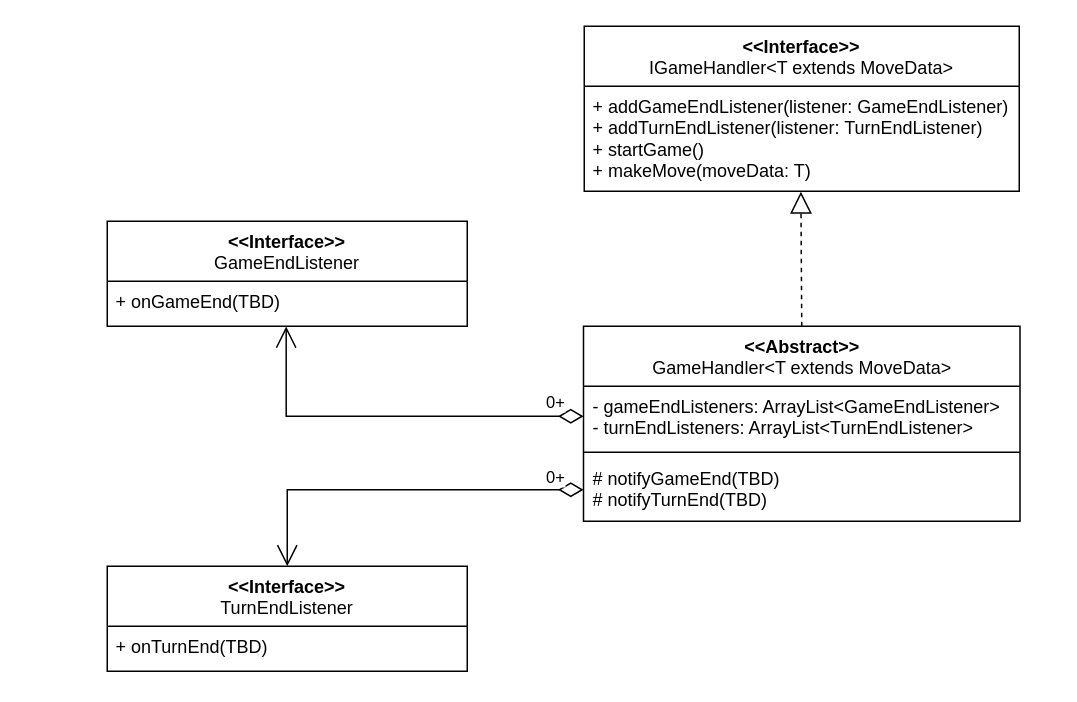
The draw.io diagram Iteration_1/Backend/StructureDiagrams/GameHandler_StructureDiagram.drawio in m-yoon02/Condensation, before the edit. Source tidied: cells renumbered, new cells numbered last; positions are measured from the earlier drawing's top-left corner, leaving out a move shared by most shapes. Both pictures are drawn from the tidied source at 150%, with x=0, y=0 at pixel (106, 26).
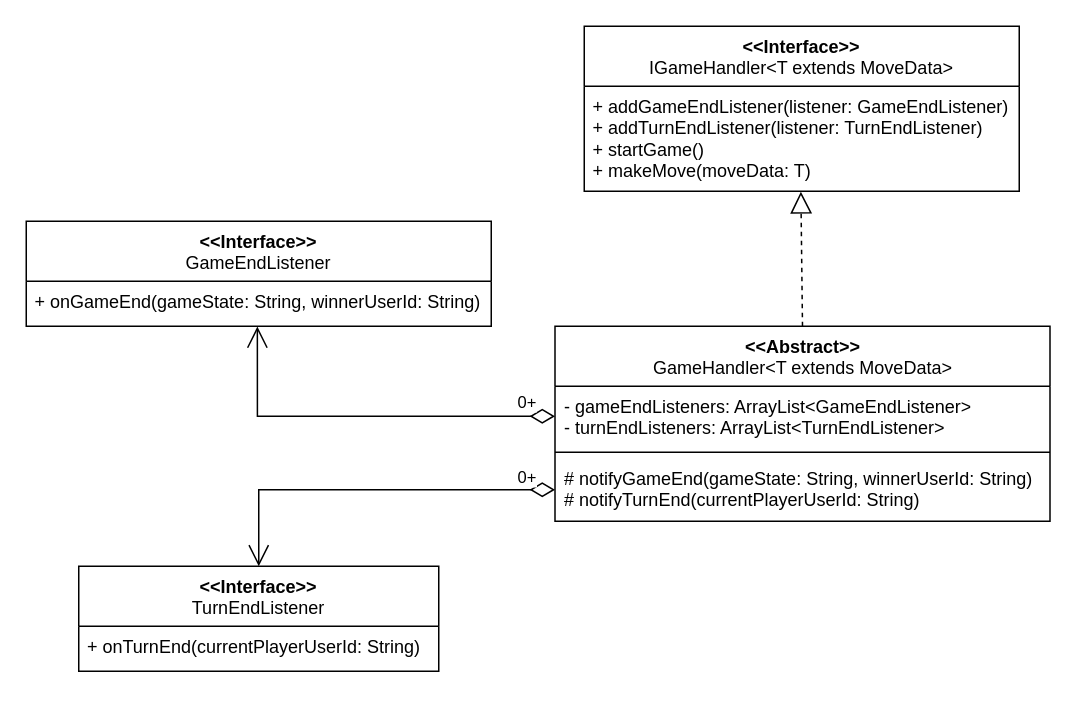
The same diagram, later.

The edit, as a diff of the source:
```diff
@@
 <mxGraphModel>
   <root>
     <mxCell id="0" />
     <mxCell id="1" parent="0" />
     <mxCell id="2" value="&lt;div&gt;&amp;lt;&amp;lt;Interface&amp;gt;&amp;gt;&lt;/div&gt;&lt;div&gt;&lt;span style=&quot;font-weight: normal;&quot;&gt;IGameHandler&amp;lt;T extends MoveData&amp;gt;&lt;/span&gt;&lt;br&gt;&lt;/div&gt;" style="swimlane;fontStyle=1;align=center;verticalAlign=top;horizontal=1;startSize=40;whiteSpace=wrap;html=1;" parent="1" vertex="1">
       <mxGeometry x="318" width="290" height="110" as="geometry" />
     </mxCell>
     <mxCell id="3" value="&lt;div&gt;+ addGameEndListener(listener: GameEndListener)&lt;/div&gt;&lt;div&gt;+ addTurnEndListener(listener: TurnEndListener)&lt;br&gt;&lt;/div&gt;&lt;div&gt;+ startGame()&lt;/div&gt;&lt;div&gt;+ makeMove(moveData: T)&lt;br&gt;&lt;/div&gt;" style="text;strokeColor=none;fillColor=none;align=left;verticalAlign=top;spacingLeft=4;spacingRight=4;overflow=hidden;points=[[0,0.5],[1,0.5]];portConstraint=eastwest;whiteSpace=wrap;html=1;" parent="2" vertex="1">
       <mxGeometry y="40" width="290" height="70" as="geometry" />
     </mxCell>
     <mxCell id="4" value="&lt;div&gt;&amp;lt;&amp;lt;Abstract&amp;gt;&amp;gt;&lt;/div&gt;&lt;div&gt;&lt;span style=&quot;font-weight: normal;&quot;&gt;GameHandler&amp;lt;T extends MoveData&amp;gt;&lt;/span&gt;&lt;br&gt;&lt;/div&gt;" style="swimlane;fontStyle=1;align=center;verticalAlign=top;horizontal=1;startSize=40;whiteSpace=wrap;html=1;" parent="1" vertex="1">
-      <mxGeometry x="317.5" y="200" width="291" height="130" as="geometry" />
+      <mxGeometry x="298.5" y="200" width="330" height="130" as="geometry" />
     </mxCell>
     <mxCell id="5" value="&lt;div&gt;- gameEndListeners: ArrayList&amp;lt;GameEndListener&amp;gt;&lt;/div&gt;&lt;div&gt;- turnEndListeners: ArrayList&amp;lt;TurnEndListener&amp;gt;&lt;/div&gt;" style="text;strokeColor=none;fillColor=none;align=left;verticalAlign=top;spacingLeft=4;spacingRight=4;overflow=hidden;points=[[0,0.5],[1,0.5]];portConstraint=eastwest;whiteSpace=wrap;html=1;" parent="4" vertex="1">
-      <mxGeometry y="40" width="291" height="40" as="geometry" />
+      <mxGeometry y="40" width="330" height="40" as="geometry" />
     </mxCell>
     <mxCell id="6" style="line;strokeWidth=1;fillColor=none;align=left;verticalAlign=middle;spacingTop=-1;spacingLeft=3;spacingRight=3;labelPosition=right;strokeColor=inherit;" parent="4" vertex="1">
-      <mxGeometry y="80" width="291" height="8" as="geometry" />
+      <mxGeometry y="80" width="330" height="8" as="geometry" />
     </mxCell>
-    <mxCell id="7" value="&lt;div&gt;# notifyGameEnd(TBD)&lt;/div&gt;&lt;div&gt;# notifyTurnEnd(TBD)&lt;br&gt;&lt;/div&gt;" style="text;strokeColor=none;fillColor=none;align=left;verticalAlign=top;spacingLeft=4;spacingRight=4;overflow=hidden;points=[[0,0.5],[1,0.5]];portConstraint=eastwest;whiteSpace=wrap;html=1;" parent="4" vertex="1">
-      <mxGeometry y="88" width="291" height="42" as="geometry" />
+    <mxCell id="7" value="&lt;div&gt;# notifyGameEnd(gameState: String, winnerUserId: String)&lt;/div&gt;&lt;div&gt;# notifyTurnEnd(currentPlayerUserId: String)&lt;br&gt;&lt;/div&gt;" style="text;strokeColor=none;fillColor=none;align=left;verticalAlign=top;spacingLeft=4;spacingRight=4;overflow=hidden;points=[[0,0.5],[1,0.5]];portConstraint=eastwest;whiteSpace=wrap;html=1;" parent="4" vertex="1">
+      <mxGeometry y="88" width="330" height="42" as="geometry" />
     </mxCell>
     <mxCell id="8" style="endArrow=block;dashed=1;endFill=0;endSize=12;html=1;rounded=0;exitX=0.5;exitY=0;exitDx=0;exitDy=0;entryX=0.498;entryY=1.005;entryDx=0;entryDy=0;entryPerimeter=0;" parent="1" edge="1" source="4" target="3">
       <mxGeometry relative="1" as="geometry" />
     </mxCell>
     <mxCell id="9" value="&lt;div&gt;&amp;lt;&amp;lt;Interface&amp;gt;&amp;gt;&lt;/div&gt;&lt;div&gt;&lt;span style=&quot;font-weight: normal;&quot;&gt;GameEndListener&lt;/span&gt;&lt;br&gt;&lt;/div&gt;" style="swimlane;fontStyle=1;align=center;verticalAlign=top;horizontal=1;startSize=40;whiteSpace=wrap;html=1;" parent="1" vertex="1">
-      <mxGeometry y="130" width="240" height="70" as="geometry" />
+      <mxGeometry x="-54" y="130" width="310" height="70" as="geometry" />
     </mxCell>
-    <mxCell id="10" value="&lt;div&gt;+ onGameEnd(TBD)&lt;br&gt;&lt;/div&gt;" style="text;strokeColor=none;fillColor=none;align=left;verticalAlign=top;spacingLeft=4;spacingRight=4;overflow=hidden;points=[[0,0.5],[1,0.5]];portConstraint=eastwest;whiteSpace=wrap;html=1;" parent="9" vertex="1">
-      <mxGeometry y="40" width="240" height="30" as="geometry" />
+    <mxCell id="10" value="&lt;div&gt;+ onGameEnd(gameState: String, winnerUserId: String)&lt;br&gt;&lt;/div&gt;" style="text;strokeColor=none;fillColor=none;align=left;verticalAlign=top;spacingLeft=4;spacingRight=4;overflow=hidden;points=[[0,0.5],[1,0.5]];portConstraint=eastwest;whiteSpace=wrap;html=1;" parent="9" vertex="1">
+      <mxGeometry y="40" width="310" height="30" as="geometry" />
     </mxCell>
     <mxCell id="11" value="&lt;div&gt;&amp;lt;&amp;lt;Interface&amp;gt;&amp;gt;&lt;/div&gt;&lt;div&gt;&lt;span style=&quot;font-weight: normal;&quot;&gt;TurnEndListener&lt;/span&gt;&lt;br&gt;&lt;/div&gt;" style="swimlane;fontStyle=1;align=center;verticalAlign=top;horizontal=1;startSize=40;whiteSpace=wrap;html=1;" parent="1" vertex="1">
-      <mxGeometry y="360" width="240" height="70" as="geometry" />
+      <mxGeometry x="-19" y="360" width="240" height="70" as="geometry" />
     </mxCell>
-    <mxCell id="12" value="&lt;div&gt;+ onTurnEnd(TBD)&lt;br&gt;&lt;/div&gt;" style="text;strokeColor=none;fillColor=none;align=left;verticalAlign=top;spacingLeft=4;spacingRight=4;overflow=hidden;whiteSpace=wrap;html=1;" parent="11" vertex="1">
+    <mxCell id="12" value="&lt;div&gt;+ onTurnEnd(currentPlayerUserId: String)&lt;br&gt;&lt;/div&gt;" style="text;strokeColor=none;fillColor=none;align=left;verticalAlign=top;spacingLeft=4;spacingRight=4;overflow=hidden;whiteSpace=wrap;html=1;" parent="11" vertex="1">
       <mxGeometry y="40" width="240" height="30" as="geometry" />
     </mxCell>
     <mxCell id="13" value="0+" style="endArrow=open;html=1;endSize=12;startArrow=diamondThin;startSize=14;startFill=0;edgeStyle=orthogonalEdgeStyle;align=left;verticalAlign=bottom;rounded=0;exitX=0;exitY=0.5;exitDx=0;exitDy=0;entryX=0.497;entryY=1.007;entryDx=0;entryDy=0;entryPerimeter=0;" parent="1" edge="1" source="5" target="10">
       <mxGeometry x="-0.79" relative="1" as="geometry" />
     </mxCell>
     <mxCell id="14" value="0+" style="endArrow=open;html=1;endSize=12;startArrow=diamondThin;startSize=14;startFill=0;edgeStyle=orthogonalEdgeStyle;align=left;verticalAlign=bottom;rounded=0;exitX=0;exitY=0.5;exitDx=0;exitDy=0;entryX=0.5;entryY=0;entryDx=0;entryDy=0;" parent="1" edge="1" source="7" target="11">
       <mxGeometry x="-0.78" y="1" relative="1" as="geometry" />
     </mxCell>
   </root>
 </mxGraphModel>
```
